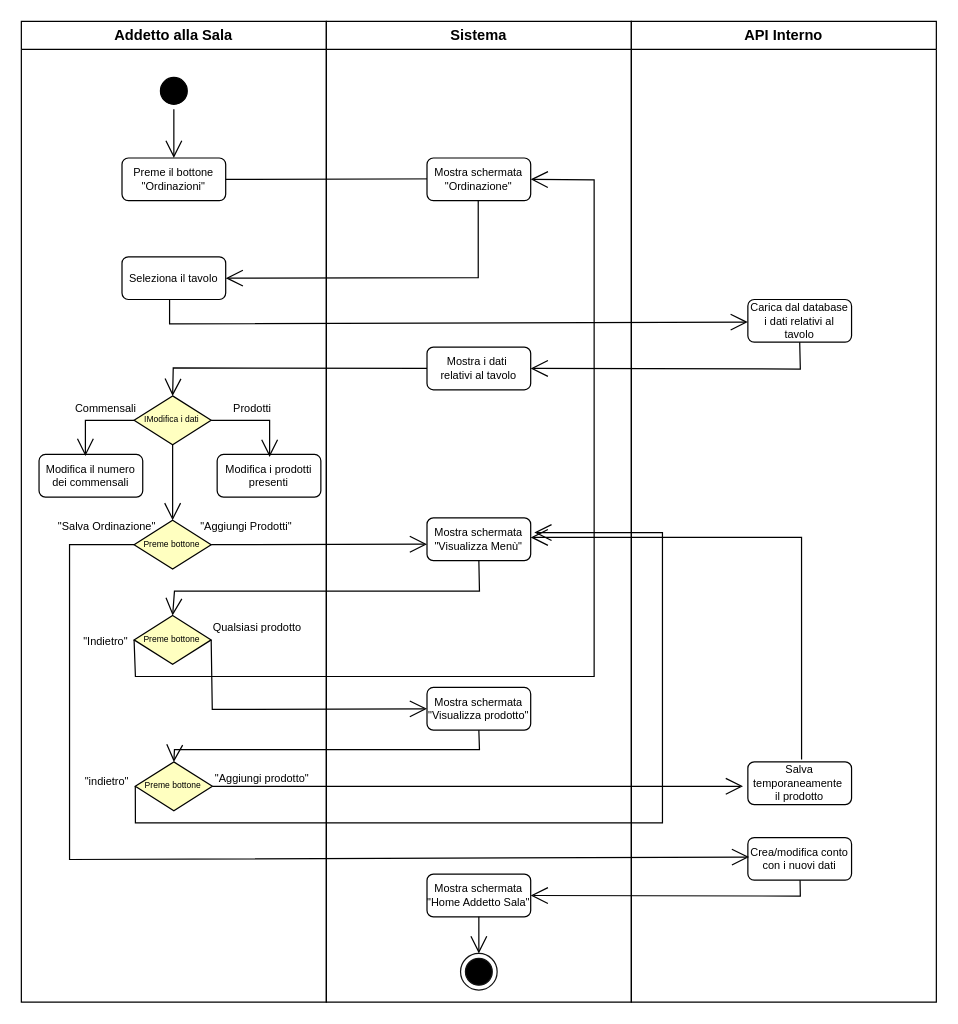
This is Documentazione/Activity Diagram/drawio/Activity Diagram - Registra Ordinazione.drawio from vittorioruggiero/Progetto-IngSw, a draw.io file, before an edit. Source tidied: cells renumbered, new cells numbered last; positions are measured from the earlier drawing's top-left corner, leaving out a move shared by most shapes. Both pictures are drawn from the tidied source at 122%, with x=0, y=0 at pixel (21, 21).
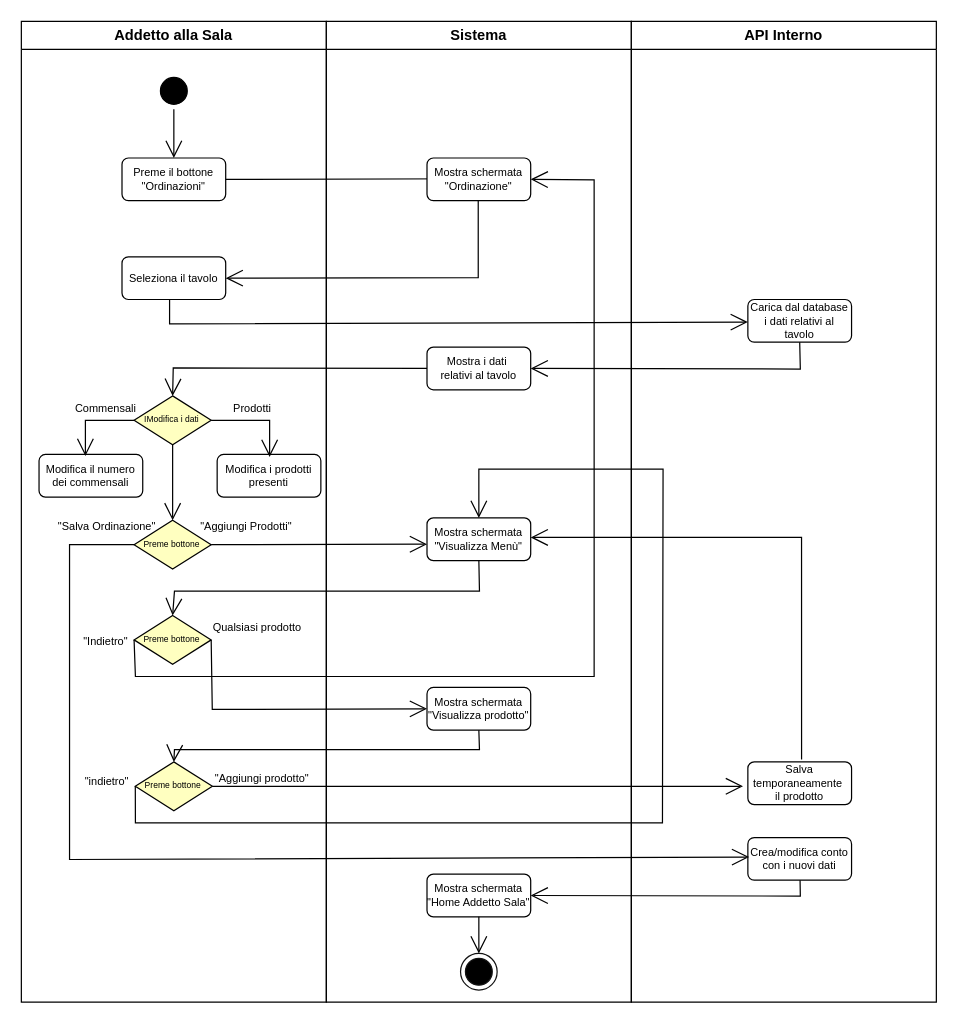
The same diagram, later.

Commit message (it also covers changes not shown here):
activity diagram modificato

The change refers to these unchanged cells:
```xml
<mxCell id="12" value="Preme bottone" style="rhombus;fillColor=#ffffc0;strokeColor=#000000;whiteSpace=wrap;spacing=0;fontSize=7;align=center;" parent="2" vertex="1">
  <mxGeometry x="93.4" y="607" width="63.2" height="40" as="geometry" />
</mxCell>
<mxCell id="21" value="Mostra schermata&#10;&quot;Visualizza Menù&quot;" style="strokeColor=#000000;fontSize=9;rounded=1;" parent="17" vertex="1">
  <mxGeometry x="82.5" y="407" width="85" height="35" as="geometry" />
</mxCell>
```

The edit, as a diff of the source:
```diff
@@
-    <mxCell id="42" value="&quot;indietro&quot;" style="endArrow=open;endFill=1;endSize=12;rounded=0;fontSize=9;strokeWidth=1;exitX=0;exitY=0.5;exitDx=0;exitDy=0;entryX=1.035;entryY=0.343;entryDx=0;entryDy=0;entryPerimeter=0;labelBackgroundColor=none;" parent="1" edge="1" source="12" target="21">
+    <mxCell id="42" value="&quot;indietro&quot;" style="endArrow=open;endFill=1;endSize=12;rounded=0;fontSize=9;strokeWidth=1;exitX=0;exitY=0.5;exitDx=0;exitDy=0;labelBackgroundColor=none;entryX=0.5;entryY=0;entryDx=0;entryDy=0;" parent="1" edge="1" source="12" target="21">
       <mxGeometry x="-1" y="-23" relative="1" as="geometry">
         <Array as="points">
           <mxPoint x="93.5" y="657" />
           <mxPoint x="525.5" y="657" />
-          <mxPoint x="525.5" y="419" />
+          <mxPoint x="526" y="367" />
+          <mxPoint x="375" y="367" />
         </Array>
         <mxPoint y="-4" as="offset" />
       </mxGeometry>
     </mxCell>
```
